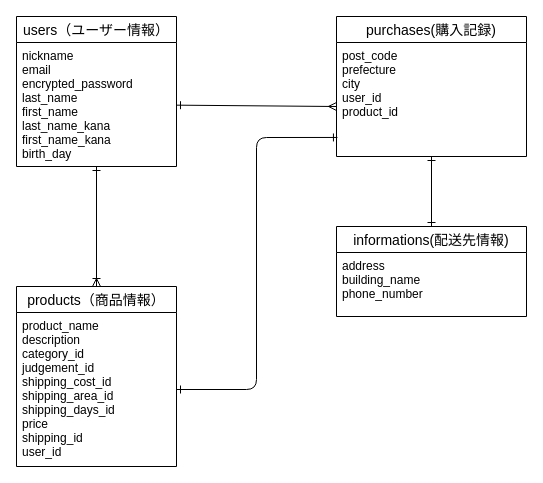
Before: furimaDB.dio in Taketai/furima-35685, a draw.io diagram. Source tidied: cells renumbered, new cells numbered last; positions are measured from the earlier drawing's top-left corner, leaving out a move shared by most shapes. Both pictures are drawn from the tidied source at 100%, with x=0, y=0 at pixel (16, 16).
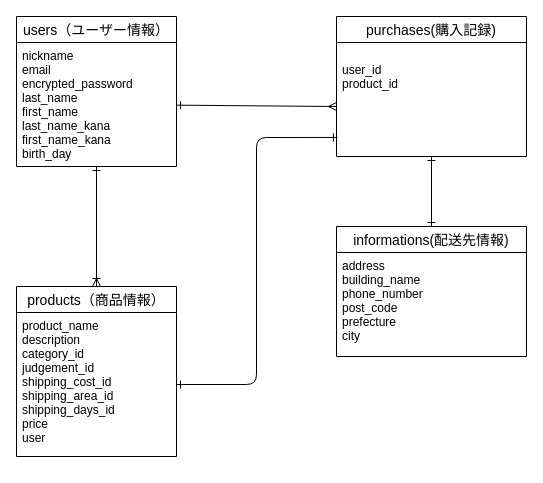
The same page after the edit.

Commit message (it also covers changes not shown here):
データベース設計修正4

Change to the diagram source:
```diff
@@
 <mxGraphModel>
   <root>
     <mxCell id="0" />
     <mxCell id="1" parent="0" />
     <mxCell id="2" value="users（ユーザー情報）" style="swimlane;fontStyle=0;horizontal=1;startSize=26;align=center;fontSize=14;" parent="1" vertex="1">
       <mxGeometry width="160" height="150" as="geometry" />
     </mxCell>
     <mxCell id="3" value="nickname&#10;email&#10;encrypted_password&#10;last_name&#10;first_name&#10;last_name_kana&#10;first_name_kana&#10;birth_day&#10;" style="text;strokeColor=none;fillColor=none;spacingLeft=4;spacingRight=4;overflow=hidden;points=[[0,0.5],[1,0.5]];portConstraint=eastwest;fontSize=12;" parent="2" vertex="1">
       <mxGeometry y="26" width="160" height="124" as="geometry" />
     </mxCell>
     <mxCell id="4" value="purchases(購入記録)" style="swimlane;fontStyle=0;horizontal=1;startSize=26;align=center;fontSize=14;" parent="1" vertex="1">
       <mxGeometry x="320" width="190" height="140" as="geometry" />
     </mxCell>
-    <mxCell id="5" value="post_code&#10;prefecture&#10;city&#10;user_id&#10;product_id" style="text;strokeColor=none;fillColor=none;spacingLeft=4;spacingRight=4;overflow=hidden;points=[[0,0.5],[1,0.5]];portConstraint=eastwest;fontSize=12;" parent="4" vertex="1">
+    <mxCell id="5" value="&#10;user_id&#10;product_id" style="text;strokeColor=none;fillColor=none;spacingLeft=4;spacingRight=4;overflow=hidden;points=[[0,0.5],[1,0.5]];portConstraint=eastwest;fontSize=12;" parent="4" vertex="1">
       <mxGeometry y="26" width="190" height="114" as="geometry" />
     </mxCell>
     <mxCell id="6" value="products（商品情報）" style="swimlane;fontStyle=0;horizontal=1;startSize=26;align=center;fontSize=14;" parent="1" vertex="1">
-      <mxGeometry y="270" width="160" height="180" as="geometry" />
+      <mxGeometry y="270" width="160" height="170" as="geometry" />
     </mxCell>
-    <mxCell id="7" value="product_name&#10;description&#10;category_id&#10;judgement_id&#10;shipping_cost_id&#10;shipping_area_id&#10;shipping_days_id&#10;price&#10;shipping_id&#10;user_id" style="text;strokeColor=none;fillColor=none;spacingLeft=4;spacingRight=4;overflow=hidden;points=[[0,0.5],[1,0.5]];portConstraint=eastwest;fontSize=12;" parent="6" vertex="1">
-      <mxGeometry y="26" width="160" height="154" as="geometry" />
+    <mxCell id="7" value="product_name&#10;description&#10;category_id&#10;judgement_id&#10;shipping_cost_id&#10;shipping_area_id&#10;shipping_days_id&#10;price&#10;user" style="text;strokeColor=none;fillColor=none;spacingLeft=4;spacingRight=4;overflow=hidden;points=[[0,0.5],[1,0.5]];portConstraint=eastwest;fontSize=12;" parent="6" vertex="1">
+      <mxGeometry y="26" width="160" height="144" as="geometry" />
     </mxCell>
     <mxCell id="8" style="fontSize=12;html=1;endArrow=ERoneToMany;entryX=0.5;entryY=0;entryDx=0;entryDy=0;startArrow=ERone;startFill=0;" parent="1" edge="1" source="3" target="6">
       <mxGeometry relative="1" as="geometry" />
     </mxCell>
     <mxCell id="9" style="fontSize=12;html=1;endArrow=ERmany;startArrow=ERone;startFill=0;endFill=0;" parent="1" edge="1" source="3">
       <mxGeometry relative="1" as="geometry">
         <mxPoint x="320" y="90" as="targetPoint" />
       </mxGeometry>
     </mxCell>
     <mxCell id="10" value="informations(配送先情報)" style="swimlane;fontStyle=0;horizontal=1;startSize=26;align=center;fontSize=14;" parent="1" vertex="1">
-      <mxGeometry x="320" y="210" width="190" height="90" as="geometry" />
+      <mxGeometry x="320" y="210" width="190" height="130" as="geometry" />
     </mxCell>
-    <mxCell id="11" value="address&#10;building_name&#10;phone_number" style="text;strokeColor=none;fillColor=none;spacingLeft=4;spacingRight=4;overflow=hidden;fontSize=12;" parent="10" vertex="1">
-      <mxGeometry y="26" width="190" height="64" as="geometry" />
+    <mxCell id="11" value="address&#10;building_name&#10;phone_number&#10;post_code&#10;prefecture&#10;city" style="text;strokeColor=none;fillColor=none;spacingLeft=4;spacingRight=4;overflow=hidden;fontSize=12;" parent="10" vertex="1">
+      <mxGeometry y="26" width="190" height="104" as="geometry" />
     </mxCell>
     <mxCell id="12" style="fontSize=12;html=1;endArrow=ERone;endFill=1;startArrow=ERone;startFill=0;" parent="1" edge="1" source="10">
       <mxGeometry relative="1" as="geometry">
         <mxPoint x="415" y="140" as="targetPoint" />
       </mxGeometry>
     </mxCell>
     <mxCell id="13" style="fontSize=12;html=1;endArrow=ERone;startArrow=ERone;edgeStyle=orthogonalEdgeStyle;entryX=0.005;entryY=0.833;entryDx=0;entryDy=0;entryPerimeter=0;startFill=0;endFill=0;" parent="1" edge="1" source="7" target="5">
       <mxGeometry relative="1" as="geometry" />
     </mxCell>
   </root>
 </mxGraphModel>
```
